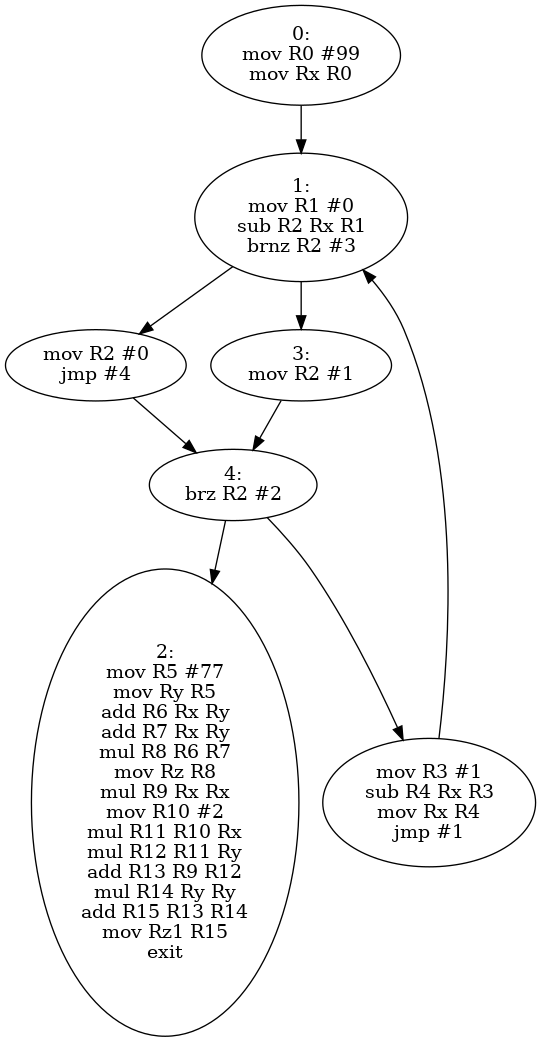
This is coolbar.imp.dot.png from rjy7wb/Compilers-HW4, a Graphviz export, as it was before one commit. Its source is kept beside it as coolbar.imp.dot. Source of this version:
```dot
digraph d {
0 [label="0:
mov R0 #99
mov Rx R0
"]
1 [label="1:
mov R1 #0
sub R2 Rx R1
brnz R2 #3
"]
5 [label="mov R2 #0
jmp #4
"]
3 [label="3:
mov R2 #1
"]
4 [label="4:
brz R2 #2
"]
6 [label="mov R3 #1
sub R4 Rx R3
mov Rx R4
jmp #1
"]
2 [label="2:
mov R5 #77
mov Ry R5
add R6 Rx Ry
add R7 Rx Ry
mul R8 R6 R7
mov Rz R8
mul R9 Rx Rx
mov R10 #2
mul R11 R10 Rx
mul R12 R11 Ry
add R13 R9 R12
mul R14 Ry Ry
add R15 R13 R14
mov Rz1 R15
exit
"]
0 -> { 1 }
1 -> { 3 5 }
5 -> { 4 }
3 -> { 4 }
4 -> { 2 6 }
6 -> { 1 }
2 -> { }
}
```
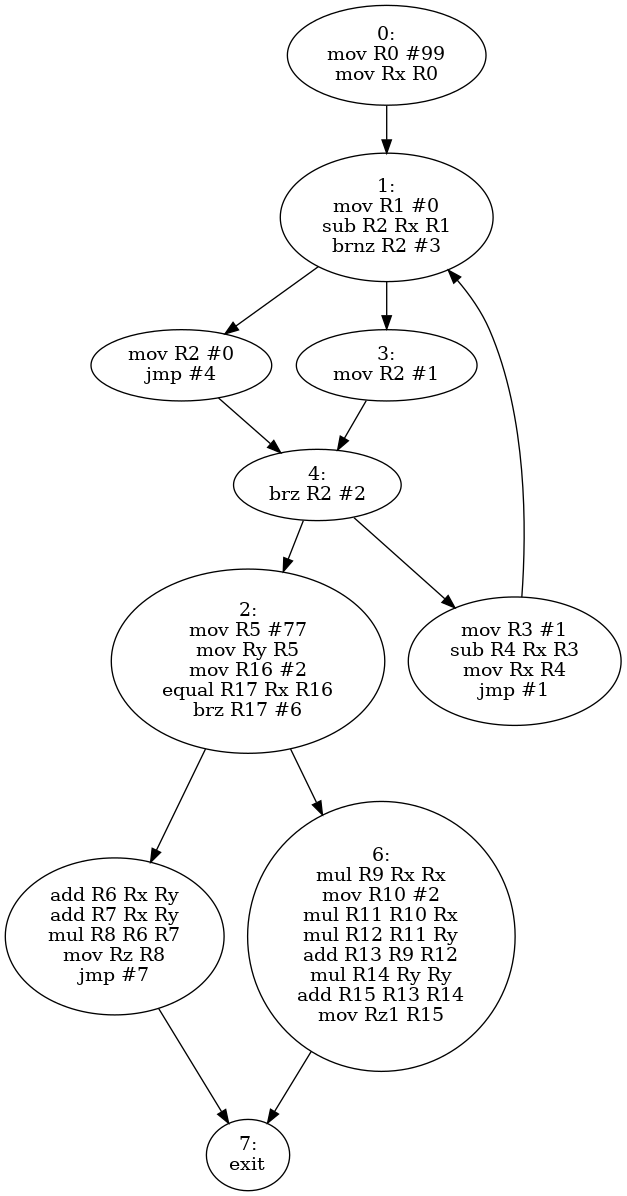
The same file after the commit.

What changed in the source:
```diff
@@ -8,7 +8,7 @@
 sub R2 Rx R1
 brnz R2 #3
 "]
-5 [label="mov R2 #0
+8 [label="mov R2 #0
 jmp #4
 "]
 3 [label="3:
@@ -17,7 +17,7 @@
 4 [label="4:
 brz R2 #2
 "]
-6 [label="mov R3 #1
+9 [label="mov R3 #1
 sub R4 Rx R3
 mov Rx R4
 jmp #1
@@ -25,10 +25,17 @@
 2 [label="2:
 mov R5 #77
 mov Ry R5
-add R6 Rx Ry
+mov R16 #2
+equal R17 Rx R16
+brz R17 #6
+"]
+10 [label="add R6 Rx Ry
 add R7 Rx Ry
 mul R8 R6 R7
 mov Rz R8
+jmp #7
+"]
+6 [label="6:
 mul R9 Rx Rx
 mov R10 #2
 mul R11 R10 Rx
@@ -37,13 +44,18 @@
 mul R14 Ry Ry
 add R15 R13 R14
 mov Rz1 R15
+"]
+7 [label="7:
 exit
 "]
 0 -> { 1 }
-1 -> { 3 5 }
-5 -> { 4 }
+1 -> { 3 8 }
+8 -> { 4 }
 3 -> { 4 }
-4 -> { 2 6 }
-6 -> { 1 }
-2 -> { }
+4 -> { 2 9 }
+9 -> { 1 }
+2 -> { 6 10 }
+10 -> { 7 }
+6 -> { 7 }
+7 -> { }
 }
```
